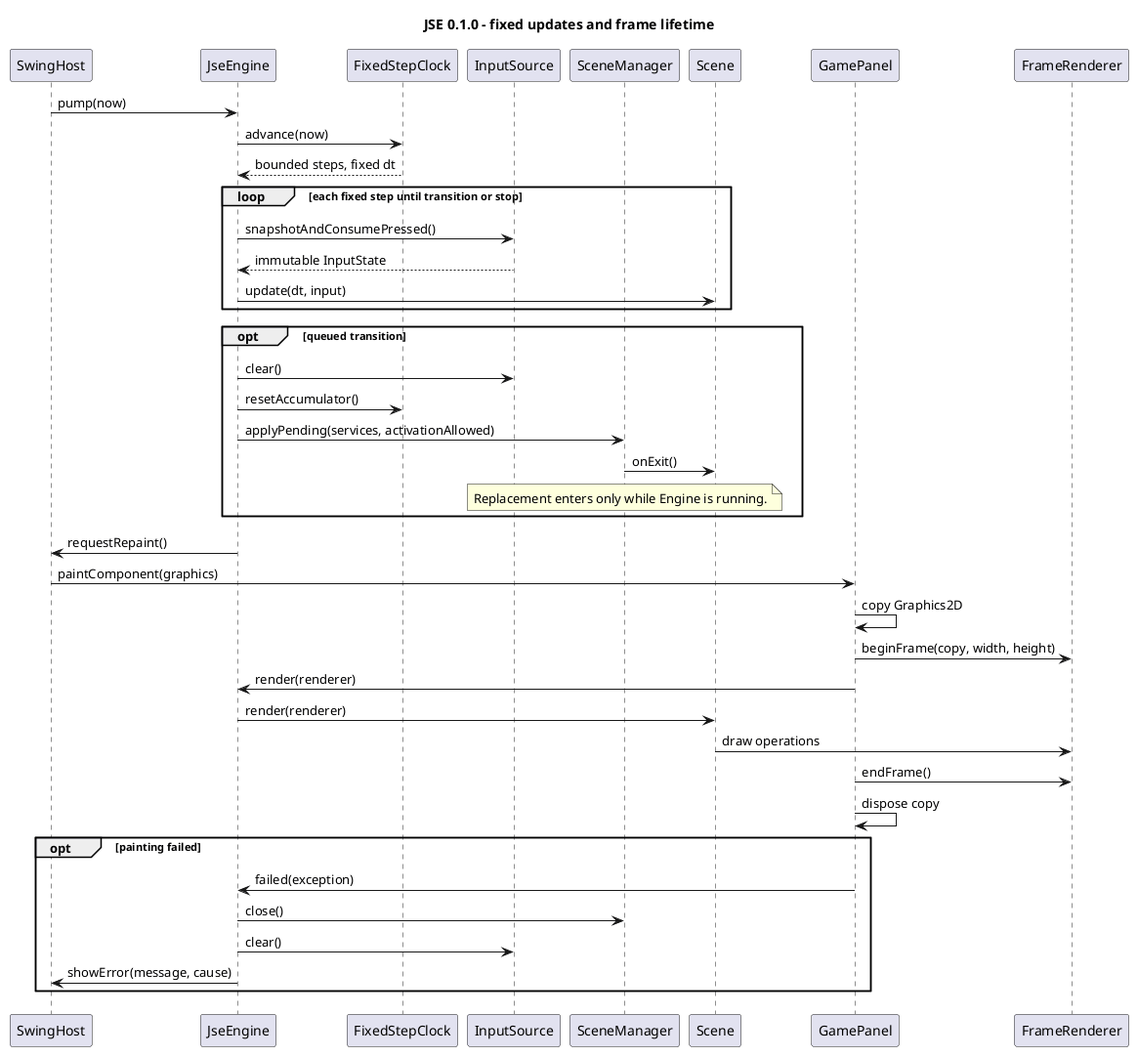
Above: docs/uml/rendered/runtime-lifecycle.png in AlmazCode/JSE (PlantUML), before the change. Source of this version:
```plantuml
@startuml
title JSE 0.1.0 - fixed updates and frame lifetime
participant SwingHost as Host
participant JseEngine as Engine
participant FixedStepClock as Clock
participant InputSource as Input
participant SceneManager as Manager
participant Scene
participant GamePanel as Panel
participant FrameRenderer as Renderer
Host -> Engine : pump(now)
Engine -> Clock : advance(now)
Clock --> Engine : bounded steps, fixed dt
loop each fixed step until transition or stop
  Engine -> Input : snapshotAndConsumePressed()
  Input --> Engine : immutable InputState
  Engine -> Scene : update(dt, input)
end
opt queued transition
  Engine -> Input : clear()
  Engine -> Clock : resetAccumulator()
  Engine -> Manager : applyPending(services, activationAllowed)
  Manager -> Scene : onExit()
  note over Manager
  Replacement enters only while Engine is running.
  end note
end
Engine -> Host : requestRepaint()
Host -> Panel : paintComponent(graphics)
Panel -> Panel : copy Graphics2D
Panel -> Renderer : beginFrame(copy, width, height)
Panel -> Engine : render(renderer)
Engine -> Scene : render(renderer)
Scene -> Renderer : draw operations
Panel -> Renderer : endFrame()
Panel -> Panel : dispose copy
opt painting failed
  Panel -> Engine : failed(exception)
  Engine -> Manager : close()
  Engine -> Input : clear()
  Engine -> Host : showError(message, cause)
end
@enduml
```
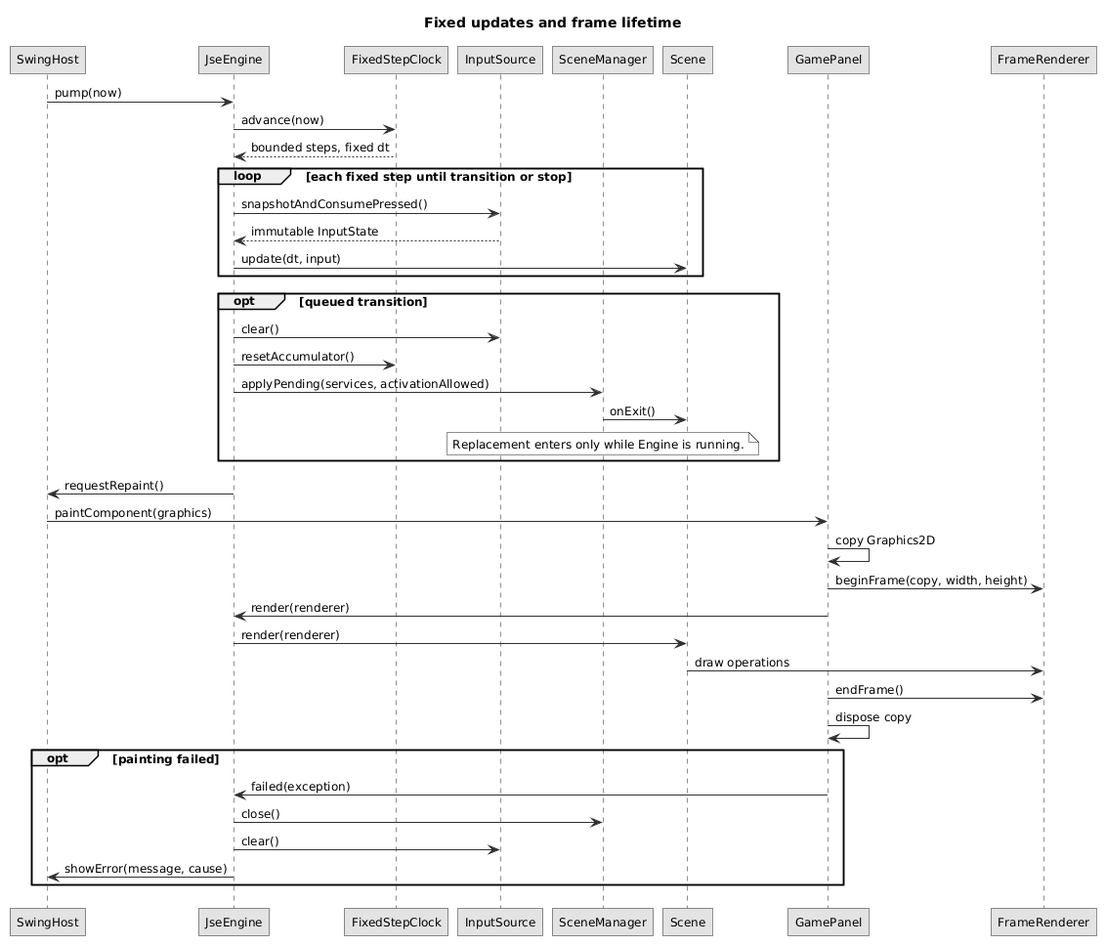
After the commit.

Change to the diagram source:
```diff
@@ -1,5 +1,6 @@
 @startuml
-title JSE 0.1.0 - fixed updates and frame lifetime
+!include style.puml
+title Fixed updates and frame lifetime
 participant SwingHost as Host
 participant JseEngine as Engine
 participant FixedStepClock as Clock
```
